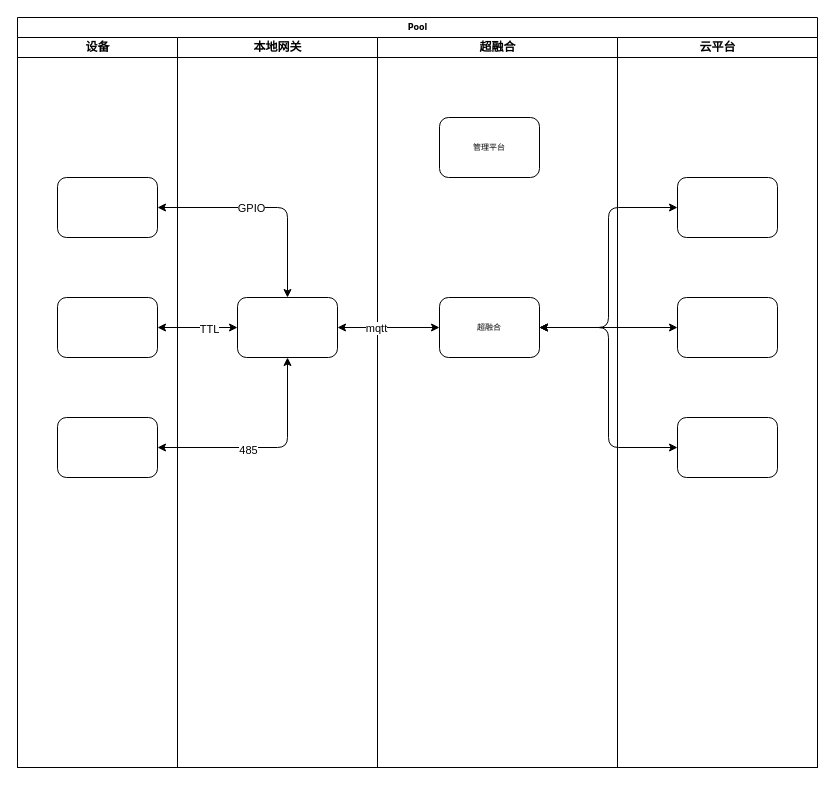
Above: 未命名绘图.drawio in fengqi2019/diagrams (draw.io), before the change. Source tidied: cells renumbered, new cells numbered last; positions are measured from the earlier drawing's top-left corner, leaving out a move shared by most shapes. Both pictures are drawn from the tidied source at 100%, with x=0, y=0 at pixel (17, 17).
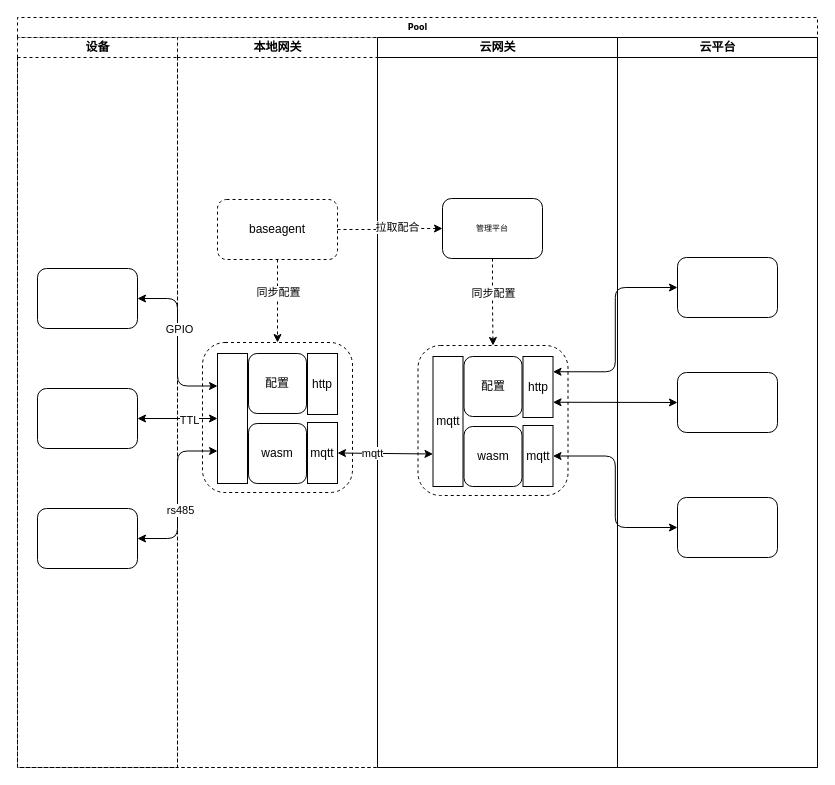
The same page after the edit.

Commit message:
更新未命名绘图.drawio

Unchanged cells that the change refers to:
```xml
<mxCell id="12" value="云平台" style="swimlane;html=1;startSize=20;" parent="2" vertex="1">
  <mxGeometry x="600" y="20" width="200" height="730" as="geometry" />
</mxCell>
```

Diff of the diagram source:
```diff
@@
-    <mxCell id="2" value="Pool" style="swimlane;html=1;startSize=20;rounded=0;shadow=0;labelBackgroundColor=none;strokeWidth=1;fontFamily=Verdana;fontSize=8;align=center;" parent="1" vertex="1">
+    <mxCell id="2" value="Pool" style="swimlane;html=1;startSize=20;rounded=0;shadow=0;labelBackgroundColor=none;strokeWidth=1;fontFamily=Verdana;fontSize=8;align=center;dashed=1;" parent="1" vertex="1">
       <mxGeometry width="800" height="750" as="geometry" />
     </mxCell>
-    <mxCell id="3" value="设备" style="swimlane;html=1;startSize=20;" parent="2" vertex="1">
+    <mxCell id="3" value="设备" style="swimlane;html=1;startSize=20;dashed=1;" parent="2" vertex="1">
       <mxGeometry y="20" width="160" height="730" as="geometry" />
     </mxCell>
     <mxCell id="4" style="rounded=1;whiteSpace=wrap;html=1;shadow=0;labelBackgroundColor=none;strokeWidth=1;fontFamily=Verdana;fontSize=8;align=center;" parent="3" vertex="1">
-      <mxGeometry x="40" y="140" width="100" height="60" as="geometry" />
+      <mxGeometry x="20" y="231" width="100" height="60" as="geometry" />
     </mxCell>
     <mxCell id="5" style="rounded=1;whiteSpace=wrap;html=1;shadow=0;labelBackgroundColor=none;strokeWidth=1;fontFamily=Verdana;fontSize=8;align=center;" parent="3" vertex="1">
-      <mxGeometry x="40" y="260" width="100" height="60" as="geometry" />
+      <mxGeometry x="20" y="351" width="100" height="60" as="geometry" />
     </mxCell>
     <mxCell id="6" style="rounded=1;whiteSpace=wrap;html=1;shadow=0;labelBackgroundColor=none;strokeWidth=1;fontFamily=Verdana;fontSize=8;align=center;" parent="3" vertex="1">
-      <mxGeometry x="40" y="380" width="100" height="60" as="geometry" />
+      <mxGeometry x="20" y="471" width="100" height="60" as="geometry" />
     </mxCell>
-    <mxCell id="7" value="本地网关" style="swimlane;html=1;startSize=20;" parent="2" vertex="1">
+    <mxCell id="7" value="本地网关" style="swimlane;html=1;startSize=20;dashed=1;" parent="2" vertex="1">
       <mxGeometry x="160" y="20" width="200" height="730" as="geometry" />
     </mxCell>
-    <mxCell id="8" style="rounded=1;whiteSpace=wrap;html=1;shadow=0;labelBackgroundColor=none;strokeWidth=1;fontFamily=Verdana;fontSize=8;align=center;" parent="7" vertex="1">
-      <mxGeometry x="60" y="260" width="100" height="60" as="geometry" />
-    </mxCell>
+    <mxCell id="27" style="rounded=1;whiteSpace=wrap;html=1;dashed=1;" parent="7" vertex="1">
+      <mxGeometry x="25" y="305" width="150" height="150" as="geometry" />
+    </mxCell>
+    <mxCell id="28" style="rounded=0;whiteSpace=wrap;html=1;" parent="7" vertex="1">
+      <mxGeometry x="40" y="316" width="30" height="130" as="geometry" />
+    </mxCell>
+    <mxCell id="29" value="mqtt" style="rounded=0;whiteSpace=wrap;html=1;" parent="7" vertex="1">
+      <mxGeometry x="130" y="385" width="30" height="61" as="geometry" />
+    </mxCell>
+    <mxCell id="30" value="wasm" style="rounded=1;whiteSpace=wrap;html=1;" parent="7" vertex="1">
+      <mxGeometry x="71" y="386" width="58" height="60" as="geometry" />
+    </mxCell>
+    <mxCell id="31" value="配置" style="rounded=1;whiteSpace=wrap;html=1;" parent="7" vertex="1">
+      <mxGeometry x="71" y="316" width="58" height="60" as="geometry" />
+    </mxCell>
+    <mxCell id="32" value="http" style="rounded=0;whiteSpace=wrap;html=1;" parent="7" vertex="1">
+      <mxGeometry x="130" y="316" width="30" height="61" as="geometry" />
+    </mxCell>
+    <mxCell id="33" value="baseagent" style="rounded=1;whiteSpace=wrap;html=1;dashed=1;" parent="7" vertex="1">
+      <mxGeometry x="40" y="162" width="120" height="60" as="geometry" />
+    </mxCell>
+    <mxCell id="34" style="edgeStyle=orthogonalEdgeStyle;rounded=1;jettySize=auto;html=1;exitX=0.5;exitY=1;exitDx=0;exitDy=0;entryX=0.5;entryY=0;entryDx=0;entryDy=0;dashed=1;" parent="7" edge="1" source="33" target="27">
+      <mxGeometry relative="1" as="geometry" />
+    </mxCell>
+    <mxCell id="35" value="同步配置" style="edgeLabel;html=1;align=center;verticalAlign=middle;" parent="34" vertex="1">
+      <mxGeometry x="-0.22" relative="1" as="geometry" />
+    </mxCell>
-    <mxCell id="9" value="超融合" style="swimlane;html=1;startSize=20;" parent="2" vertex="1">
+    <mxCell id="9" value="云网关" style="swimlane;html=1;startSize=20;" parent="2" vertex="1">
       <mxGeometry x="360" y="20" width="240" height="730" as="geometry" />
     </mxCell>
-    <mxCell id="10" value="超融合" style="rounded=1;whiteSpace=wrap;html=1;shadow=0;labelBackgroundColor=none;strokeWidth=1;fontFamily=Verdana;fontSize=8;align=center;" parent="9" vertex="1">
-      <mxGeometry x="62" y="260" width="100" height="60" as="geometry" />
-    </mxCell>
     <mxCell id="11" value="管理平台" style="rounded=1;whiteSpace=wrap;html=1;shadow=0;labelBackgroundColor=none;strokeWidth=1;fontFamily=Verdana;fontSize=8;align=center;" parent="9" vertex="1">
-      <mxGeometry x="62" y="80" width="100" height="60" as="geometry" />
+      <mxGeometry x="65" y="161" width="100" height="60" as="geometry" />
     </mxCell>
+    <mxCell id="36" style="edgeStyle=orthogonalEdgeStyle;rounded=1;jettySize=auto;html=1;exitX=0.5;exitY=1;exitDx=0;exitDy=0;entryX=0.5;entryY=0;entryDx=0;entryDy=0;dashed=1;" parent="9" edge="1" source="11" target="38">
+      <mxGeometry relative="1" as="geometry" />
+    </mxCell>
+    <mxCell id="37" value="同步配置" style="edgeLabel;html=1;align=center;verticalAlign=middle;" parent="36" vertex="1">
+      <mxGeometry x="-0.22" relative="1" as="geometry" />
+    </mxCell>
+    <mxCell id="38" style="rounded=1;whiteSpace=wrap;html=1;dashed=1;" parent="9" vertex="1">
+      <mxGeometry x="40.5" y="308" width="150" height="150" as="geometry" />
+    </mxCell>
+    <mxCell id="39" value="mqtt" style="rounded=0;whiteSpace=wrap;html=1;" parent="9" vertex="1">
+      <mxGeometry x="55.5" y="319" width="30" height="130" as="geometry" />
+    </mxCell>
+    <mxCell id="40" value="mqtt" style="rounded=0;whiteSpace=wrap;html=1;" parent="9" vertex="1">
+      <mxGeometry x="145.5" y="388" width="30" height="61" as="geometry" />
+    </mxCell>
+    <mxCell id="41" value="wasm" style="rounded=1;whiteSpace=wrap;html=1;" parent="9" vertex="1">
+      <mxGeometry x="86.5" y="389" width="58" height="60" as="geometry" />
+    </mxCell>
+    <mxCell id="42" value="配置" style="rounded=1;whiteSpace=wrap;html=1;" parent="9" vertex="1">
+      <mxGeometry x="86.5" y="319" width="58" height="60" as="geometry" />
+    </mxCell>
+    <mxCell id="43" value="http" style="rounded=0;whiteSpace=wrap;html=1;" parent="9" vertex="1">
+      <mxGeometry x="145.5" y="319" width="30" height="61" as="geometry" />
+    </mxCell>
@@
     <mxCell id="13" style="rounded=1;whiteSpace=wrap;html=1;shadow=0;labelBackgroundColor=none;strokeWidth=1;fontFamily=Verdana;fontSize=8;align=center;" parent="12" vertex="1">
-      <mxGeometry x="60" y="140" width="100" height="60" as="geometry" />
+      <mxGeometry x="60" y="220" width="100" height="60" as="geometry" />
     </mxCell>
     <mxCell id="14" style="rounded=1;whiteSpace=wrap;html=1;shadow=0;labelBackgroundColor=none;strokeWidth=1;fontFamily=Verdana;fontSize=8;align=center;" parent="12" vertex="1">
-      <mxGeometry x="60" y="260" width="100" height="60" as="geometry" />
+      <mxGeometry x="60" y="335" width="100" height="60" as="geometry" />
     </mxCell>
     <mxCell id="15" style="rounded=1;whiteSpace=wrap;html=1;shadow=0;labelBackgroundColor=none;strokeWidth=1;fontFamily=Verdana;fontSize=8;align=center;" parent="12" vertex="1">
-      <mxGeometry x="60" y="380" width="100" height="60" as="geometry" />
+      <mxGeometry x="60" y="460" width="100" height="60" as="geometry" />
     </mxCell>
-    <mxCell id="16" style="endArrow=classic;startArrow=classic;html=1;rounded=1;exitX=1;exitY=0.5;exitDx=0;exitDy=0;entryX=0;entryY=0.5;entryDx=0;entryDy=0;" parent="2" edge="1" source="8" target="10">
+    <mxCell id="16" style="endArrow=classic;startArrow=classic;html=1;rounded=1;entryX=0;entryY=0.75;entryDx=0;entryDy=0;exitX=1;exitY=0.5;exitDx=0;exitDy=0;" parent="2" edge="1" source="29" target="39">
       <mxGeometry relative="1" as="geometry" />
     </mxCell>
@@
-    <mxCell id="18" style="endArrow=classic;startArrow=classic;html=1;rounded=1;exitX=1;exitY=0.5;exitDx=0;exitDy=0;entryX=0.5;entryY=1;entryDx=0;entryDy=0;edgeStyle=orthogonalEdgeStyle;" parent="2" edge="1" source="6" target="8">
+    <mxCell id="18" style="endArrow=classic;startArrow=classic;html=1;rounded=1;exitX=1;exitY=0.5;exitDx=0;exitDy=0;entryX=0;entryY=0.75;entryDx=0;entryDy=0;edgeStyle=orthogonalEdgeStyle;" parent="2" edge="1" source="6" target="28">
       <mxGeometry relative="1" as="geometry" />
     </mxCell>
-    <mxCell id="19" value="485" style="edgeLabel;html=1;align=center;verticalAlign=middle;" parent="18" vertex="1">
+    <mxCell id="19" value="rs485" style="edgeLabel;html=1;align=center;verticalAlign=middle;" parent="18" vertex="1">
       <mxGeometry x="-0.18" y="-2" relative="1" as="geometry" />
     </mxCell>
-    <mxCell id="20" style="endArrow=classic;startArrow=classic;html=1;rounded=1;exitX=1;exitY=0.5;exitDx=0;exitDy=0;entryX=0;entryY=0.5;entryDx=0;entryDy=0;" parent="2" edge="1" source="5" target="8">
+    <mxCell id="20" style="endArrow=classic;startArrow=classic;html=1;rounded=1;exitX=1;exitY=0.5;exitDx=0;exitDy=0;entryX=0;entryY=0.5;entryDx=0;entryDy=0;" parent="2" edge="1" source="5" target="28">
       <mxGeometry relative="1" as="geometry" />
     </mxCell>
@@
-    <mxCell id="22" style="endArrow=classic;startArrow=classic;html=1;rounded=1;exitX=1;exitY=0.5;exitDx=0;exitDy=0;entryX=0.5;entryY=0;entryDx=0;entryDy=0;edgeStyle=orthogonalEdgeStyle;" parent="2" edge="1" source="4" target="8">
+    <mxCell id="22" style="endArrow=classic;startArrow=classic;html=1;rounded=1;exitX=1;exitY=0.5;exitDx=0;exitDy=0;entryX=0;entryY=0.25;entryDx=0;entryDy=0;edgeStyle=orthogonalEdgeStyle;" parent="2" edge="1" source="4" target="28">
       <mxGeometry relative="1" as="geometry" />
     </mxCell>
@@
-    <mxCell id="24" style="endArrow=classic;startArrow=classic;html=1;rounded=1;exitX=1;exitY=0.5;exitDx=0;exitDy=0;entryX=0;entryY=0.5;entryDx=0;entryDy=0;edgeStyle=orthogonalEdgeStyle;" parent="2" edge="1" source="10" target="13">
+    <mxCell id="24" style="endArrow=classic;startArrow=classic;html=1;rounded=1;exitX=1;exitY=0.25;exitDx=0;exitDy=0;entryX=0;entryY=0.5;entryDx=0;entryDy=0;edgeStyle=orthogonalEdgeStyle;" parent="2" edge="1" source="43" target="13">
       <mxGeometry relative="1" as="geometry" />
     </mxCell>
-    <mxCell id="25" style="endArrow=classic;startArrow=classic;html=1;rounded=1;exitX=1;exitY=0.5;exitDx=0;exitDy=0;entryX=0;entryY=0.5;entryDx=0;entryDy=0;" parent="2" edge="1" source="10" target="14">
+    <mxCell id="25" style="endArrow=classic;startArrow=classic;html=1;rounded=1;exitX=1;exitY=0.75;exitDx=0;exitDy=0;entryX=0;entryY=0.5;entryDx=0;entryDy=0;" parent="2" edge="1" source="43" target="14">
       <mxGeometry relative="1" as="geometry" />
     </mxCell>
-    <mxCell id="26" style="endArrow=classic;startArrow=classic;html=1;rounded=1;exitX=1;exitY=0.5;exitDx=0;exitDy=0;entryX=0;entryY=0.5;entryDx=0;entryDy=0;edgeStyle=orthogonalEdgeStyle;" parent="2" edge="1" source="10" target="15">
+    <mxCell id="26" style="endArrow=classic;startArrow=classic;html=1;rounded=1;exitX=1;exitY=0.5;exitDx=0;exitDy=0;entryX=0;entryY=0.5;entryDx=0;entryDy=0;edgeStyle=orthogonalEdgeStyle;" parent="2" edge="1" source="40" target="15">
       <mxGeometry relative="1" as="geometry" />
     </mxCell>
+    <mxCell id="44" style="edgeStyle=orthogonalEdgeStyle;rounded=1;jettySize=auto;html=1;exitX=1;exitY=0.5;exitDx=0;exitDy=0;entryX=0;entryY=0.5;entryDx=0;entryDy=0;dashed=1;" parent="2" edge="1" source="33" target="11">
+      <mxGeometry relative="1" as="geometry" />
+    </mxCell>
+    <mxCell id="45" value="拉取配合" style="edgeLabel;html=1;align=center;verticalAlign=middle;" parent="44" vertex="1">
+      <mxGeometry x="0.13" y="2" relative="1" as="geometry" />
+    </mxCell>
```
